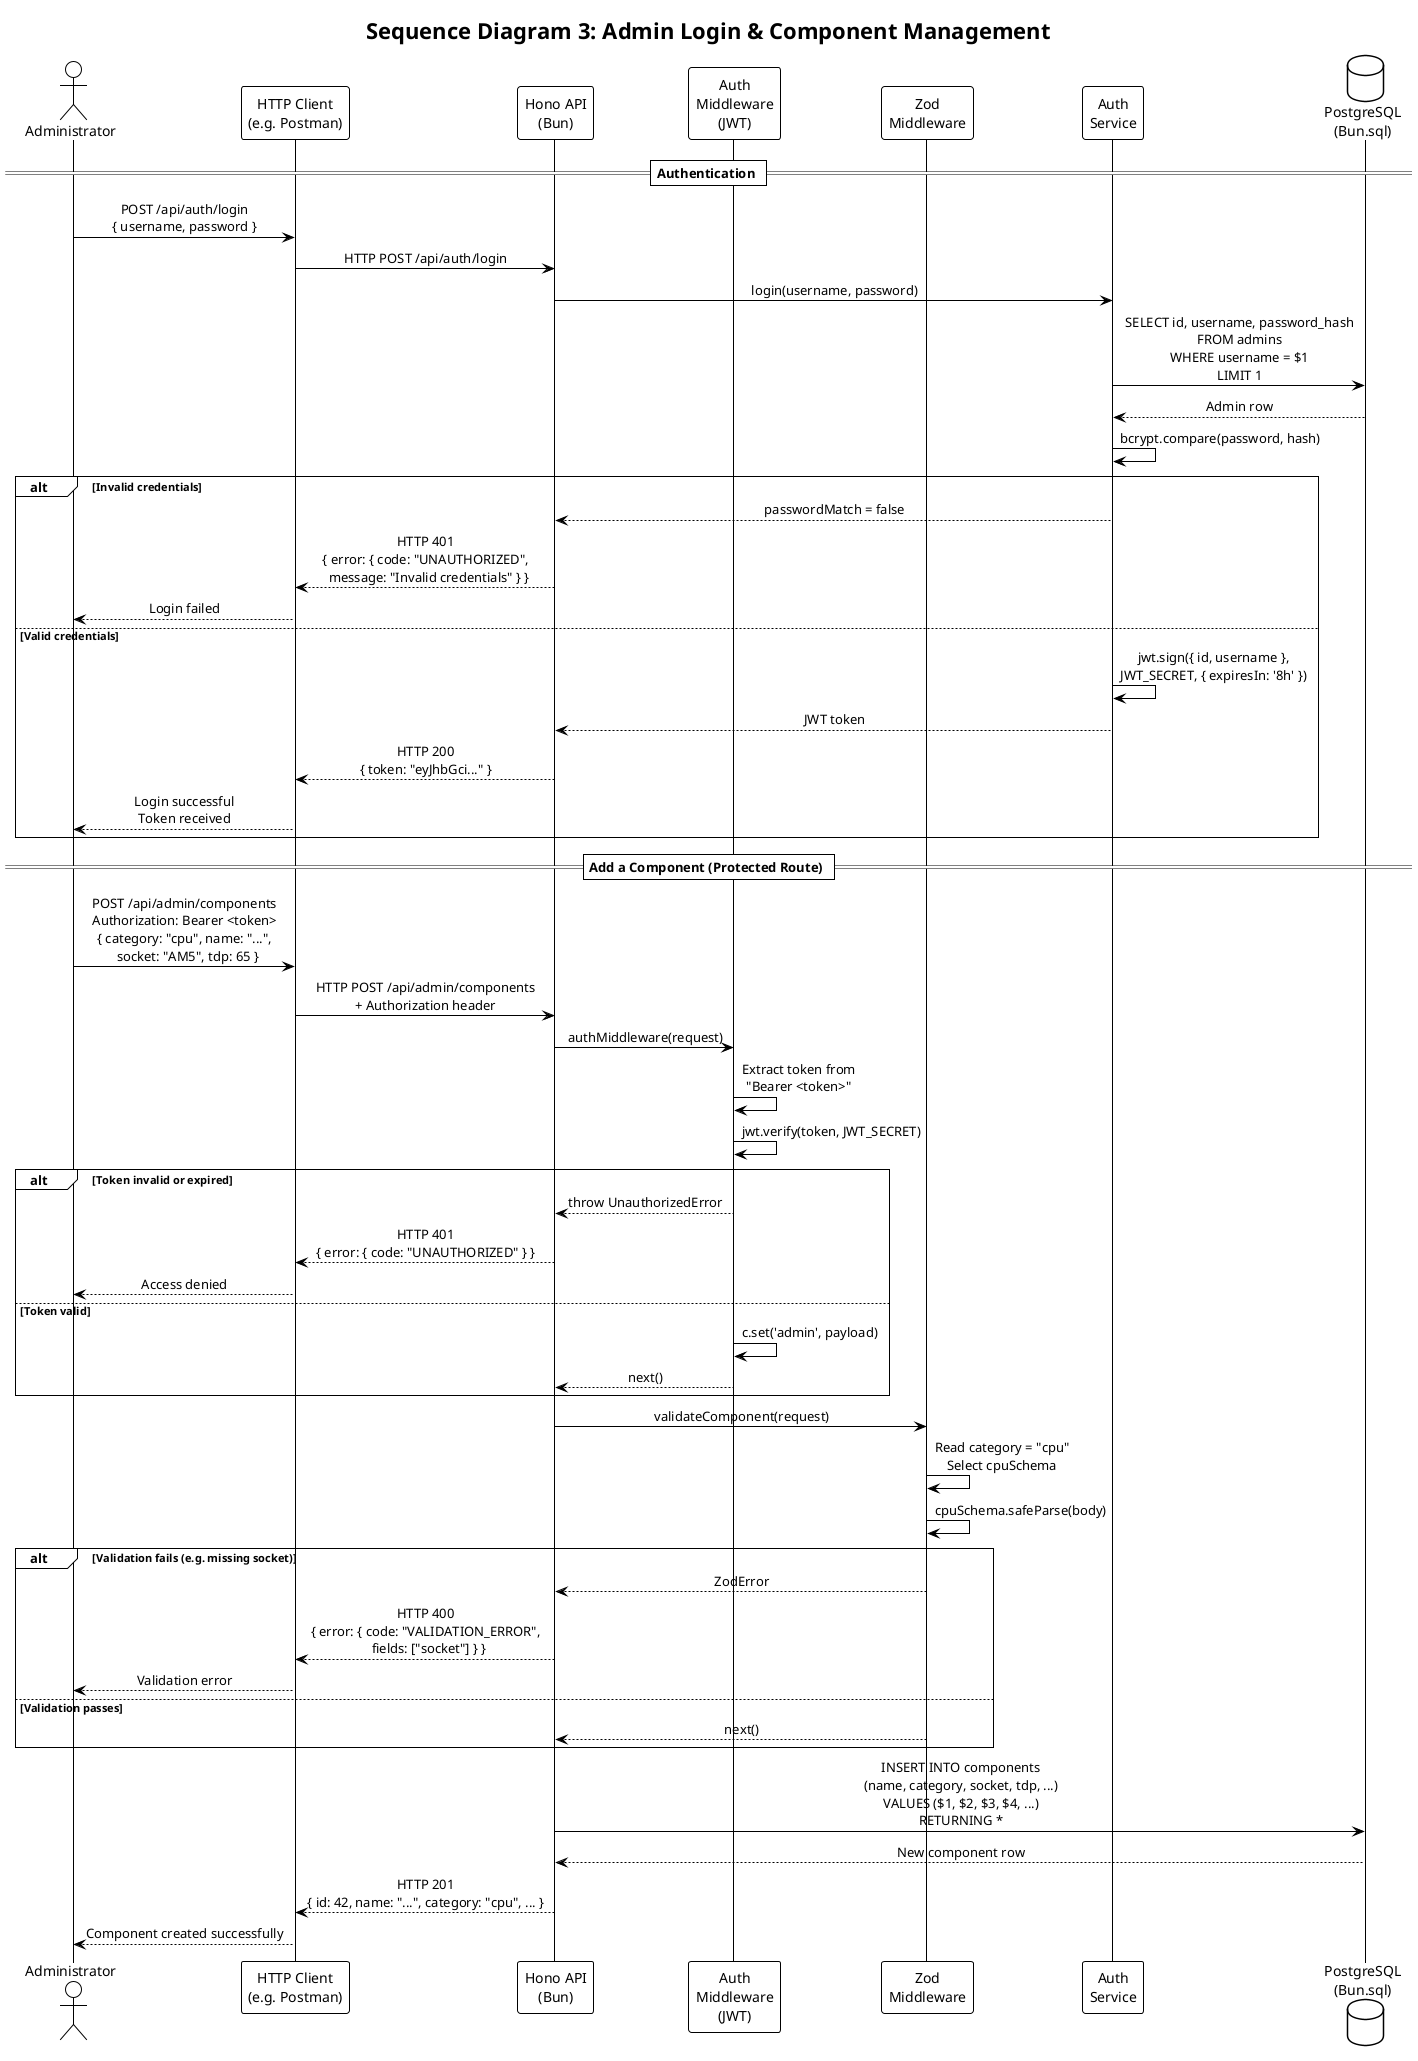
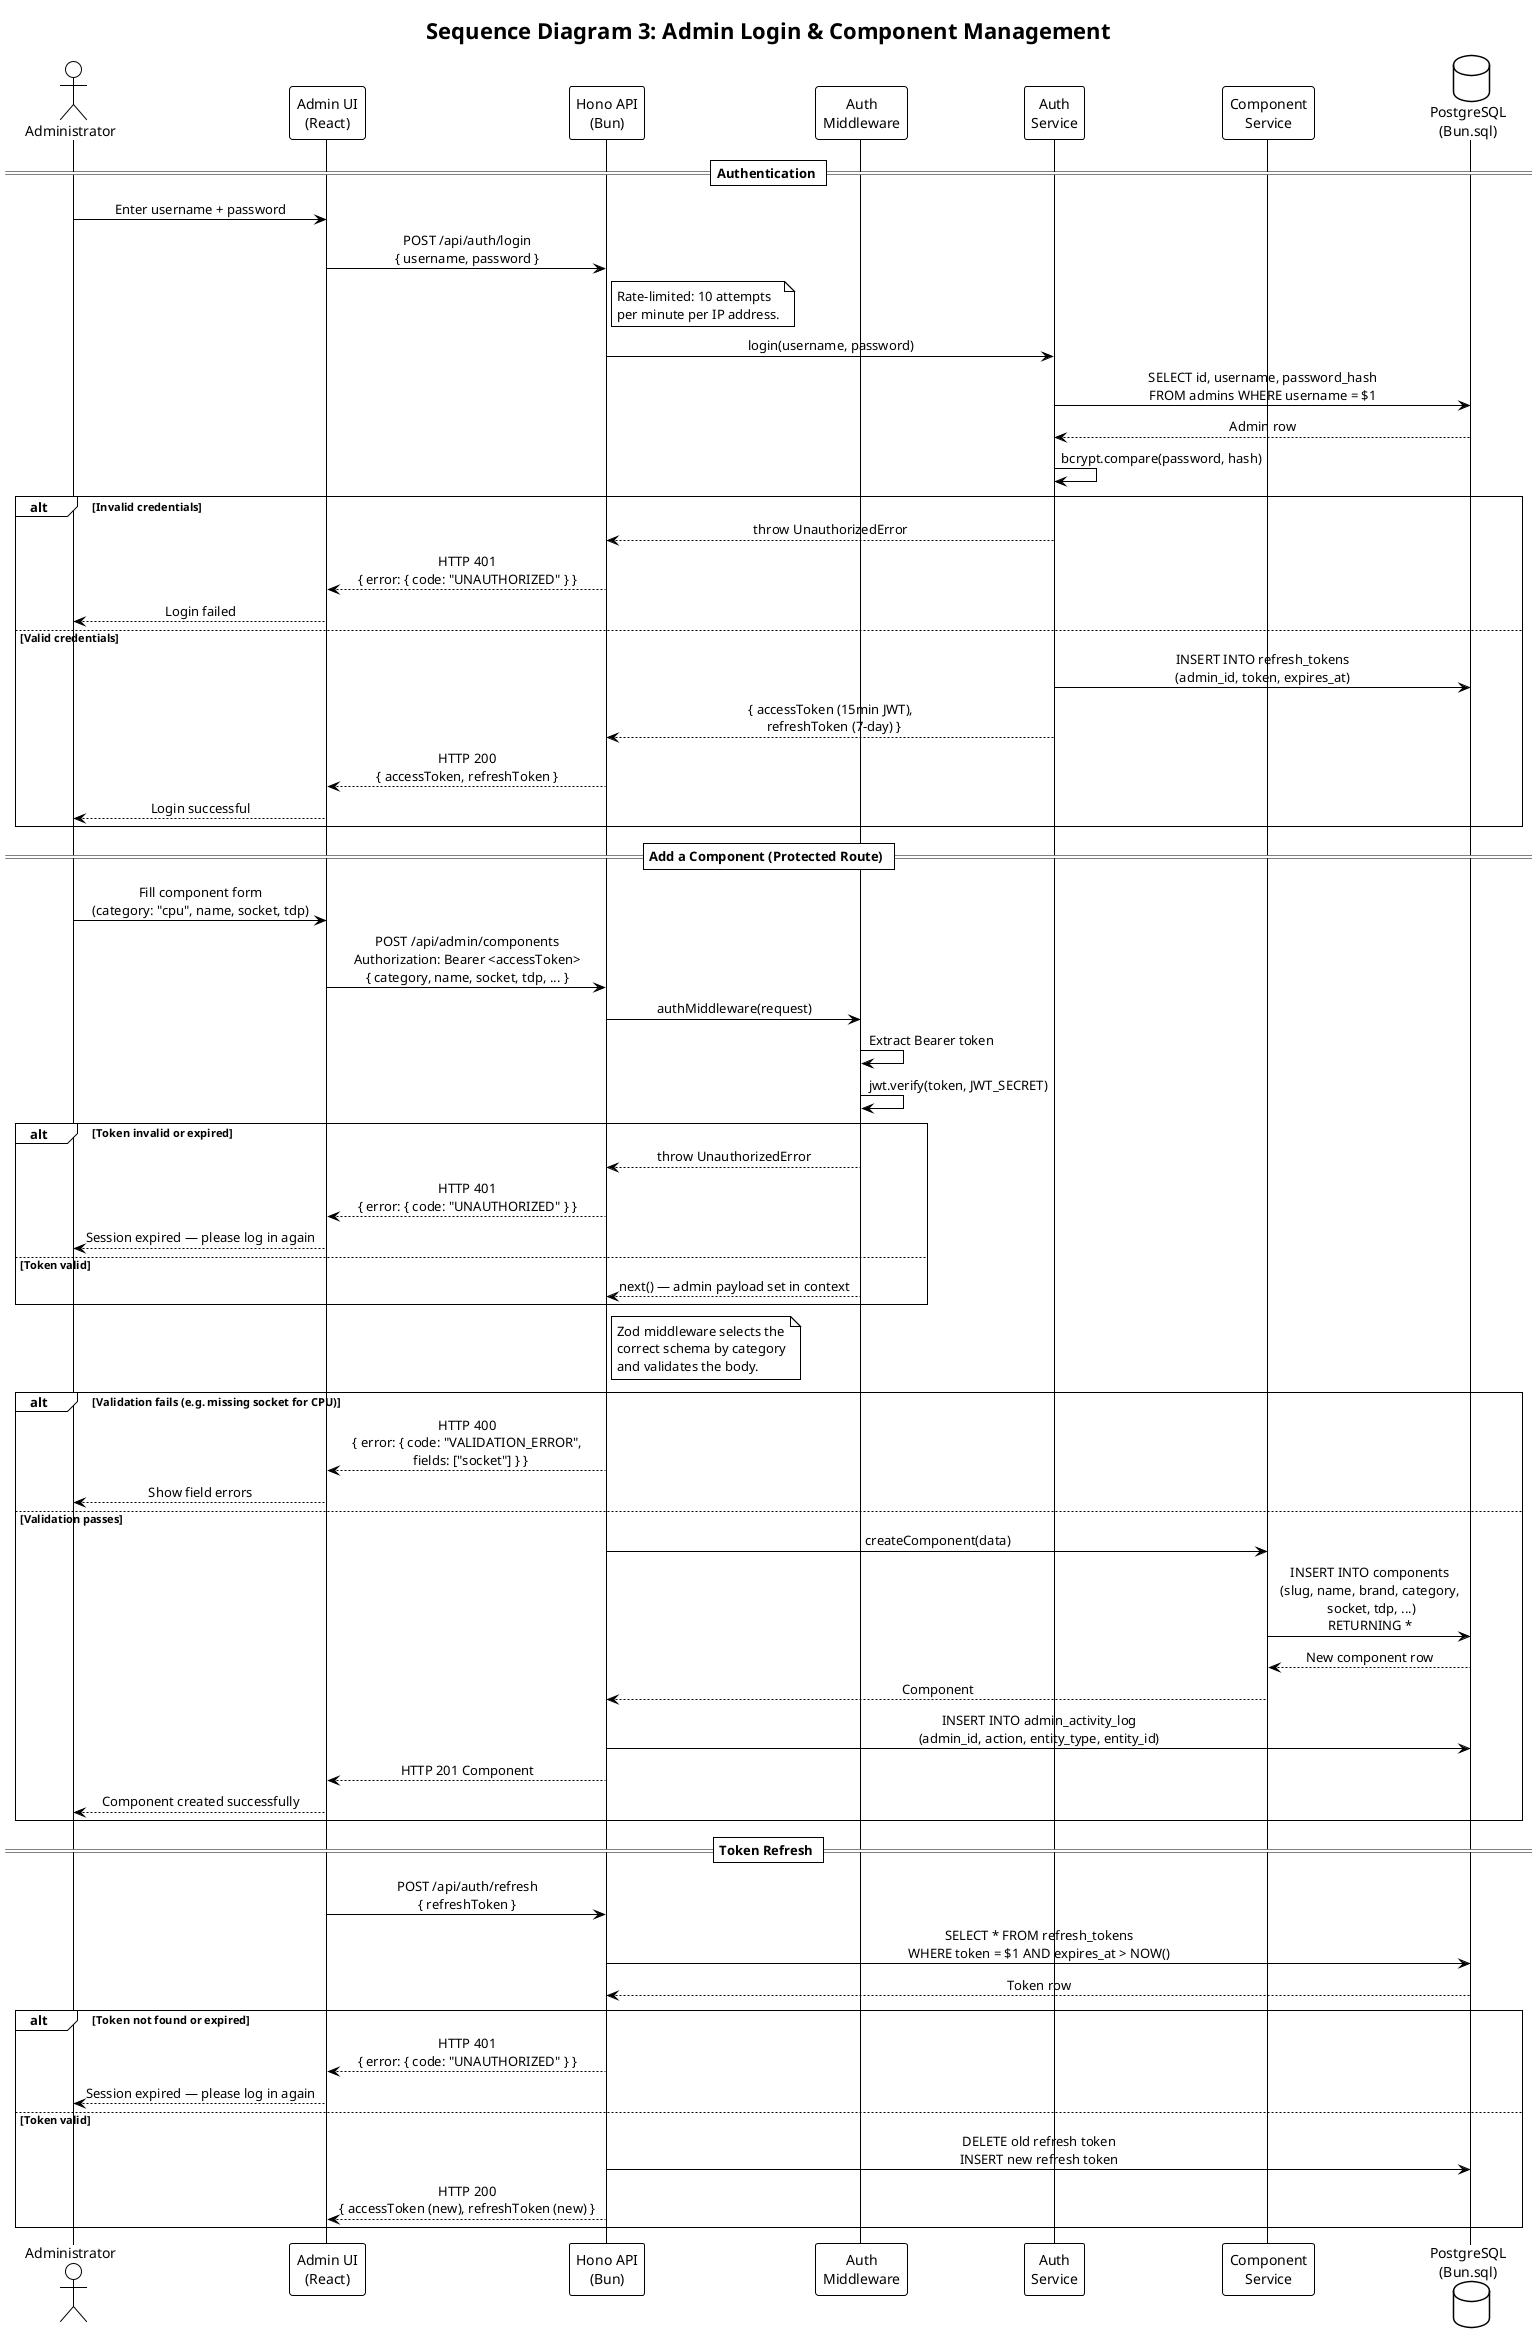
@startuml Sequence 3 - Admin Login and Component Management
!theme plain
skinparam sequenceMessageAlign center
skinparam responseMessageBelowArrow true

title Sequence Diagram 3: Admin Login & Component Management

actor "Administrator" as admin
- participant "HTTP Client\n(e.g. Postman)" as client
+ participant "Admin UI\n(React)" as ui
participant "Hono API\n(Bun)" as api
- participant "Auth\nMiddleware\n(JWT)" as jwt
- participant "Zod\nMiddleware" as zod
+ participant "Auth\nMiddleware" as jwt
participant "Auth\nService" as authservice
+ participant "Component\nService" as compservice
database "PostgreSQL\n(Bun.sql)" as db

== Authentication ==

- admin -> client : POST /api/auth/login\n{ username, password }
- client -> api : HTTP POST /api/auth/login
+ admin -> ui : Enter username + password
+ ui -> api : POST /api/auth/login\n{ username, password }
+ 
+ note right of api
+   Rate-limited: 10 attempts
+   per minute per IP address.
+ end note
+ 
api -> authservice : login(username, password)
- 
- authservice -> db : SELECT id, username, password_hash\nFROM admins\nWHERE username = $1\nLIMIT 1
+ authservice -> db : SELECT id, username, password_hash\nFROM admins WHERE username = $1
db --> authservice : Admin row

authservice -> authservice : bcrypt.compare(password, hash)

alt Invalid credentials
-   authservice --> api : passwordMatch = false
-   api --> client : HTTP 401\n{ error: { code: "UNAUTHORIZED",\n  message: "Invalid credentials" } }
-   client --> admin : Login failed
+   authservice --> api : throw UnauthorizedError
+   api --> ui : HTTP 401\n{ error: { code: "UNAUTHORIZED" } }
+   ui --> admin : Login failed
else Valid credentials
-   authservice -> authservice : jwt.sign({ id, username },\nJWT_SECRET, { expiresIn: '8h' })
-   authservice --> api : JWT token
-   api --> client : HTTP 200\n{ token: "eyJhbGci..." }
-   client --> admin : Login successful\nToken received
+   authservice -> db : INSERT INTO refresh_tokens\n(admin_id, token, expires_at)
+   authservice --> api : { accessToken (15min JWT),\n  refreshToken (7-day) }
+   api --> ui : HTTP 200\n{ accessToken, refreshToken }
+   ui --> admin : Login successful
end

== Add a Component (Protected Route) ==

- admin -> client : POST /api/admin/components\nAuthorization: Bearer <token>\n{ category: "cpu", name: "...",\n  socket: "AM5", tdp: 65 }
- 
- client -> api : HTTP POST /api/admin/components\n+ Authorization header
+ admin -> ui : Fill component form\n(category: "cpu", name, socket, tdp)
+ ui -> api : POST /api/admin/components\nAuthorization: Bearer <accessToken>\n{ category, name, socket, tdp, ... }

api -> jwt : authMiddleware(request)
- jwt -> jwt : Extract token from\n"Bearer <token>"
+ jwt -> jwt : Extract Bearer token
jwt -> jwt : jwt.verify(token, JWT_SECRET)

alt Token invalid or expired
  jwt --> api : throw UnauthorizedError
-   api --> client : HTTP 401\n{ error: { code: "UNAUTHORIZED" } }
-   client --> admin : Access denied
+   api --> ui : HTTP 401\n{ error: { code: "UNAUTHORIZED" } }
+   ui --> admin : Session expired — please log in again
else Token valid
-   jwt -> jwt : c.set('admin', payload)
-   jwt --> api : next()
+   jwt --> api : next() — admin payload set in context
end

- api -> zod : validateComponent(request)
- zod -> zod : Read category = "cpu"\nSelect cpuSchema
- zod -> zod : cpuSchema.safeParse(body)
+ note right of api
+   Zod middleware selects the
+   correct schema by category
+   and validates the body.
+ end note

- alt Validation fails (e.g. missing socket)
-   zod --> api : ZodError
-   api --> client : HTTP 400\n{ error: { code: "VALIDATION_ERROR",\n  fields: ["socket"] } }
-   client --> admin : Validation error
+ alt Validation fails (e.g. missing socket for CPU)
+   api --> ui : HTTP 400\n{ error: { code: "VALIDATION_ERROR",\n  fields: ["socket"] } }
+   ui --> admin : Show field errors
else Validation passes
-   zod --> api : next()
+   api -> compservice : createComponent(data)
+   compservice -> db : INSERT INTO components\n(slug, name, brand, category,\n socket, tdp, ...)\nRETURNING *
+   db --> compservice : New component row
+   compservice --> api : Component
+   api -> db : INSERT INTO admin_activity_log\n(admin_id, action, entity_type, entity_id)
+   api --> ui : HTTP 201 Component
+   ui --> admin : Component created successfully
end

- api -> db : INSERT INTO components\n(name, category, socket, tdp, ...)\nVALUES ($1, $2, $3, $4, ...)\nRETURNING *
- db --> api : New component row
- api --> client : HTTP 201\n{ id: 42, name: "...", category: "cpu", ... }
- client --> admin : Component created successfully
+ == Token Refresh ==
+ 
+ ui -> api : POST /api/auth/refresh\n{ refreshToken }
+ api -> db : SELECT * FROM refresh_tokens\nWHERE token = $1 AND expires_at > NOW()
+ db --> api : Token row
+ 
+ alt Token not found or expired
+   api --> ui : HTTP 401\n{ error: { code: "UNAUTHORIZED" } }
+   ui --> admin : Session expired — please log in again
+ else Token valid
+   api -> db : DELETE old refresh token\nINSERT new refresh token
+   api --> ui : HTTP 200\n{ accessToken (new), refreshToken (new) }
+ end

@enduml
